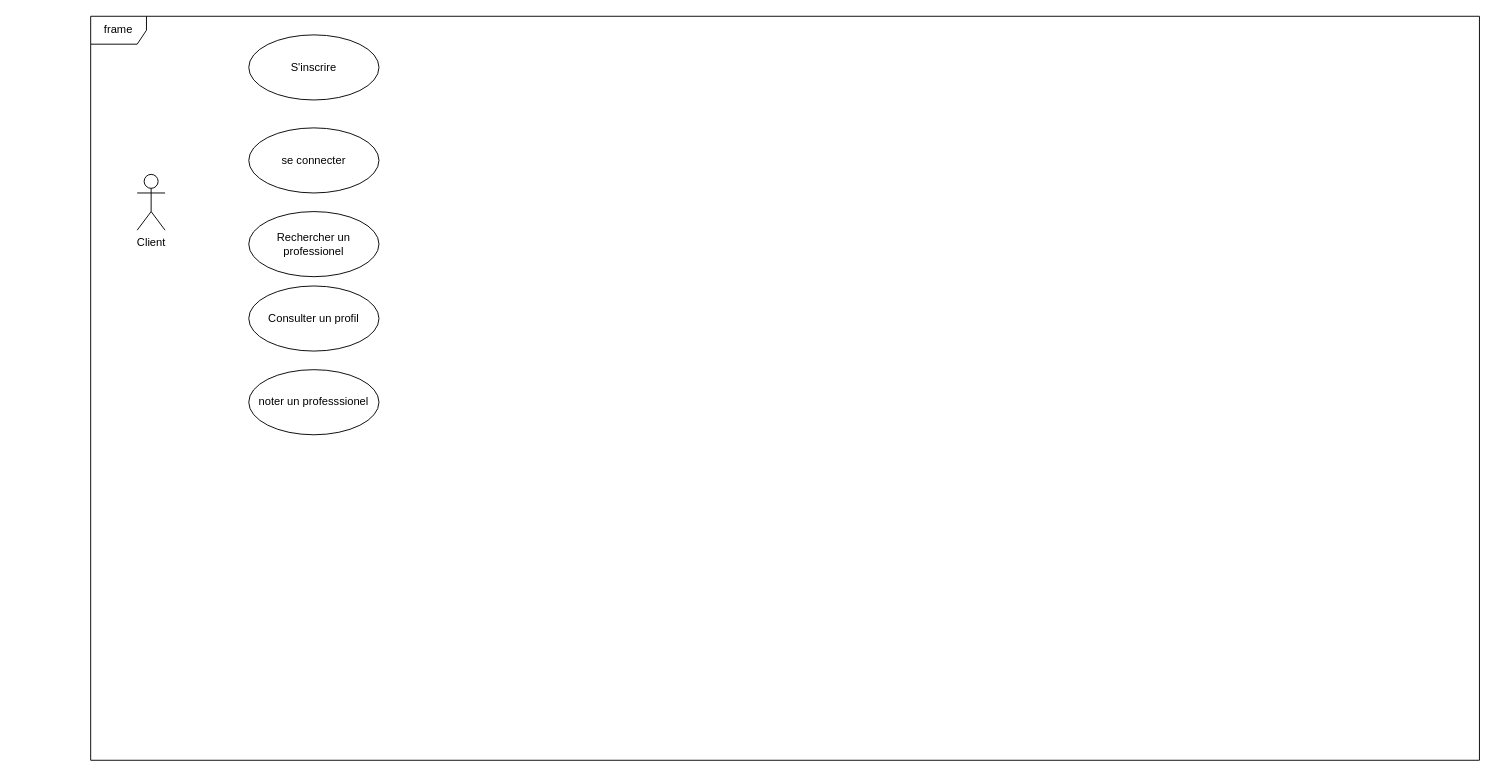
NasserObm/BonContact keeps this draw.io diagram as Diagramme sans nom.drawio. Above is the earlier version. Source tidied: cells renumbered, new cells numbered last; positions are measured from the earlier drawing's top-left corner, leaving out a move shared by most shapes. Both pictures are drawn from the tidied source at 93%, with x=0, y=0 at pixel (90, 16).
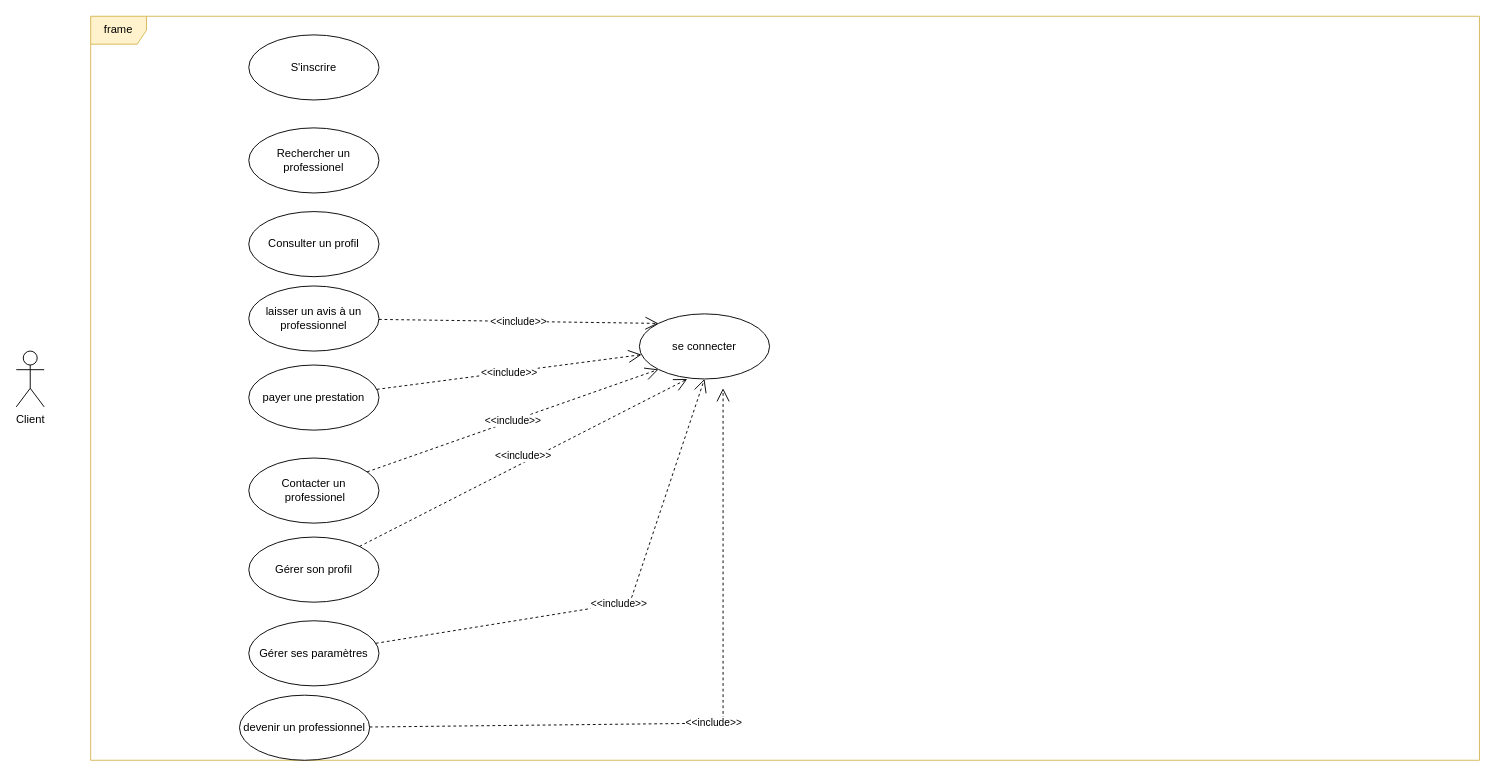
The same diagram, later.

Commit message:
Mettre à jour Diagramme sans nom.drawio

Diff of the diagram source:
```diff
@@
-    <mxCell id="2" value="frame" style="shape=umlFrame;whiteSpace=wrap;html=1;" parent="1" vertex="1">
+    <mxCell id="2" value="frame" style="shape=umlFrame;whiteSpace=wrap;html=1;fillColor=#fff2cc;strokeColor=#d6b656;" parent="1" vertex="1">
       <mxGeometry width="1493.3" height="800" as="geometry" />
     </mxCell>
     <mxCell id="3" value="Client" style="shape=umlActor;verticalLabelPosition=bottom;verticalAlign=top;html=1;" parent="1" vertex="1">
-      <mxGeometry x="50" y="170" width="30" height="60" as="geometry" />
+      <mxGeometry x="-80" y="360" width="30" height="60" as="geometry" />
     </mxCell>
@@
     <mxCell id="5" value="se connecter" style="ellipse;whiteSpace=wrap;html=1;" parent="1" vertex="1">
-      <mxGeometry x="170" y="120" width="140" height="70" as="geometry" />
+      <mxGeometry x="590" y="320" width="140" height="70" as="geometry" />
     </mxCell>
     <mxCell id="6" value="Rechercher un professionel" style="ellipse;whiteSpace=wrap;html=1;" parent="1" vertex="1">
-      <mxGeometry x="170" y="210" width="140" height="70" as="geometry" />
+      <mxGeometry x="170" y="120" width="140" height="70" as="geometry" />
     </mxCell>
     <mxCell id="7" value="Consulter un profil" style="ellipse;whiteSpace=wrap;html=1;" parent="1" vertex="1">
-      <mxGeometry x="170" y="290" width="140" height="70" as="geometry" />
+      <mxGeometry x="170" y="210" width="140" height="70" as="geometry" />
     </mxCell>
-    <mxCell id="8" value="noter un professsionel" style="ellipse;whiteSpace=wrap;html=1;" parent="1" vertex="1">
-      <mxGeometry x="170" y="380" width="140" height="70" as="geometry" />
+    <mxCell id="8" value="laisser un avis à un professionnel" style="ellipse;whiteSpace=wrap;html=1;" parent="1" vertex="1">
+      <mxGeometry x="170" y="290" width="140" height="70" as="geometry" />
     </mxCell>
+    <mxCell id="9" value="payer une prestation" style="ellipse;whiteSpace=wrap;html=1;" parent="1" vertex="1">
+      <mxGeometry x="170" y="375" width="140" height="70" as="geometry" />
+    </mxCell>
+    <mxCell id="10" value="Contacter un&lt;div&gt;&amp;nbsp;professionel&lt;/div&gt;" style="ellipse;whiteSpace=wrap;html=1;" parent="1" vertex="1">
+      <mxGeometry x="170" y="475" width="140" height="70" as="geometry" />
+    </mxCell>
+    <mxCell id="11" value="Gérer son profil" style="ellipse;whiteSpace=wrap;html=1;" parent="1" vertex="1">
+      <mxGeometry x="170" y="560" width="140" height="70" as="geometry" />
+    </mxCell>
+    <mxCell id="12" value="Gérer ses paramètres" style="ellipse;whiteSpace=wrap;html=1;" parent="1" vertex="1">
+      <mxGeometry x="170" y="650" width="140" height="70" as="geometry" />
+    </mxCell>
+    <mxCell id="13" value="&amp;lt;&amp;lt;include&amp;gt;&amp;gt;" style="endArrow=open;endSize=12;dashed=1;html=1;rounded=0;" parent="1" edge="1" source="9" target="5">
+      <mxGeometry relative="1" as="geometry" />
+    </mxCell>
+    <mxCell id="14" value="&amp;lt;&amp;lt;include&amp;gt;&amp;gt;" style="endArrow=open;endSize=12;dashed=1;html=1;rounded=0;entryX=0;entryY=1;entryDx=0;entryDy=0;" parent="1" edge="1" source="10" target="5">
+      <mxGeometry relative="1" as="geometry" />
+    </mxCell>
+    <mxCell id="15" style="endArrow=open;endSize=12;dashed=1;html=1;rounded=0;entryX=0.368;entryY=1.001;entryDx=0;entryDy=0;entryPerimeter=0;" parent="1" edge="1" source="11" target="5">
+      <mxGeometry relative="1" as="geometry" />
+    </mxCell>
+    <mxCell id="16" value="&amp;lt;&amp;lt;include&amp;gt;&amp;gt;" style="edgeLabel;html=1;align=center;verticalAlign=middle;" parent="15" vertex="1">
+      <mxGeometry x="0.01" y="7" relative="1" as="geometry" />
+    </mxCell>
+    <mxCell id="17" value="&amp;lt;&amp;lt;include&amp;gt;&amp;gt;" style="endArrow=open;endSize=12;dashed=1;html=1;rounded=0;entryX=0.5;entryY=1;entryDx=0;entryDy=0;" parent="1" edge="1" source="12" target="5">
+      <mxGeometry relative="1" as="geometry">
+        <Array as="points">
+          <mxPoint x="580" y="630" />
+        </Array>
+      </mxGeometry>
+    </mxCell>
+    <mxCell id="18" value="&amp;lt;&amp;lt;include&amp;gt;&amp;gt;" style="endArrow=open;endSize=12;dashed=1;html=1;rounded=0;entryX=0;entryY=0;entryDx=0;entryDy=0;" parent="1" edge="1" source="8" target="5">
+      <mxGeometry relative="1" as="geometry" />
+    </mxCell>
+    <mxCell id="19" value="devenir un professionnel" style="ellipse;whiteSpace=wrap;html=1;" parent="1" vertex="1">
+      <mxGeometry x="160" y="730" width="140" height="70" as="geometry" />
+    </mxCell>
+    <mxCell id="20" value="&amp;lt;&amp;lt;include&amp;gt;&amp;gt;" style="endArrow=open;endSize=12;dashed=1;html=1;rounded=0;" parent="1" edge="1" source="19">
+      <mxGeometry relative="1" as="geometry">
+        <mxPoint x="680" y="400" as="targetPoint" />
+        <Array as="points">
+          <mxPoint x="680" y="760" />
+        </Array>
+      </mxGeometry>
+    </mxCell>
```
